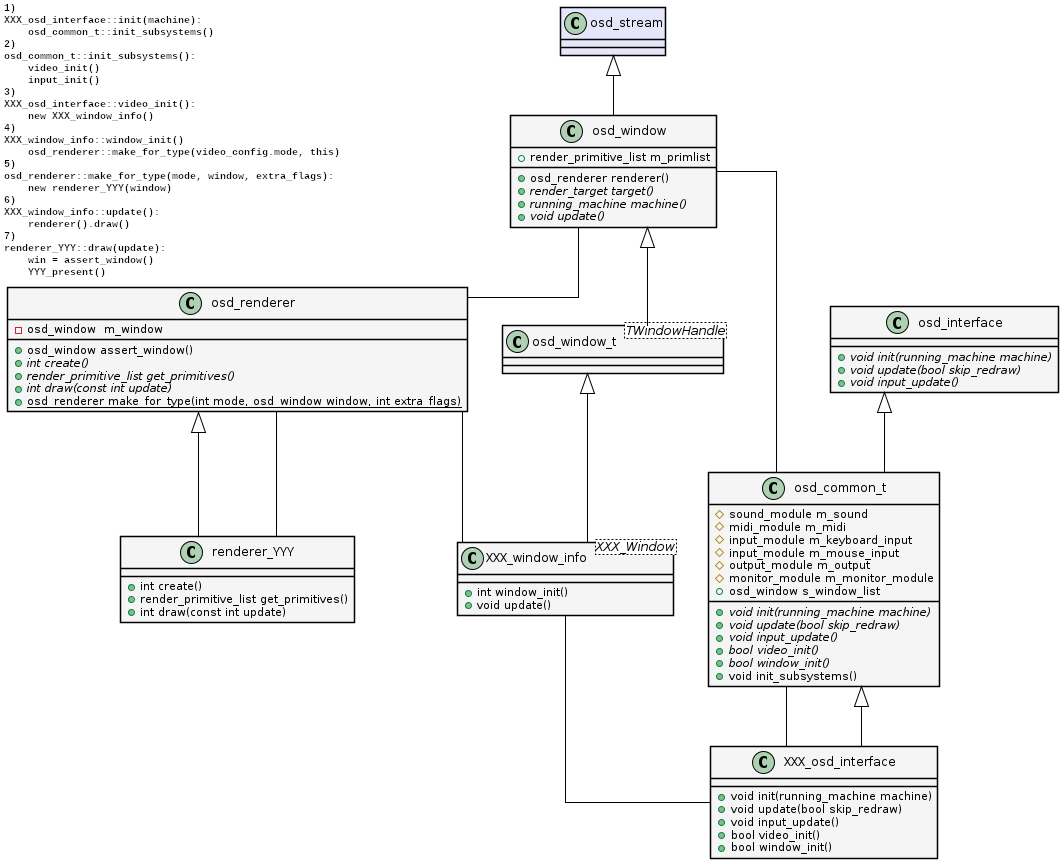
Before: Streaming/UML/class.png, a diagram exported from PlantUML (mikymaione/MAMEStreamingPlatform). Its source is kept beside it as Streaming/UML/class.puml.
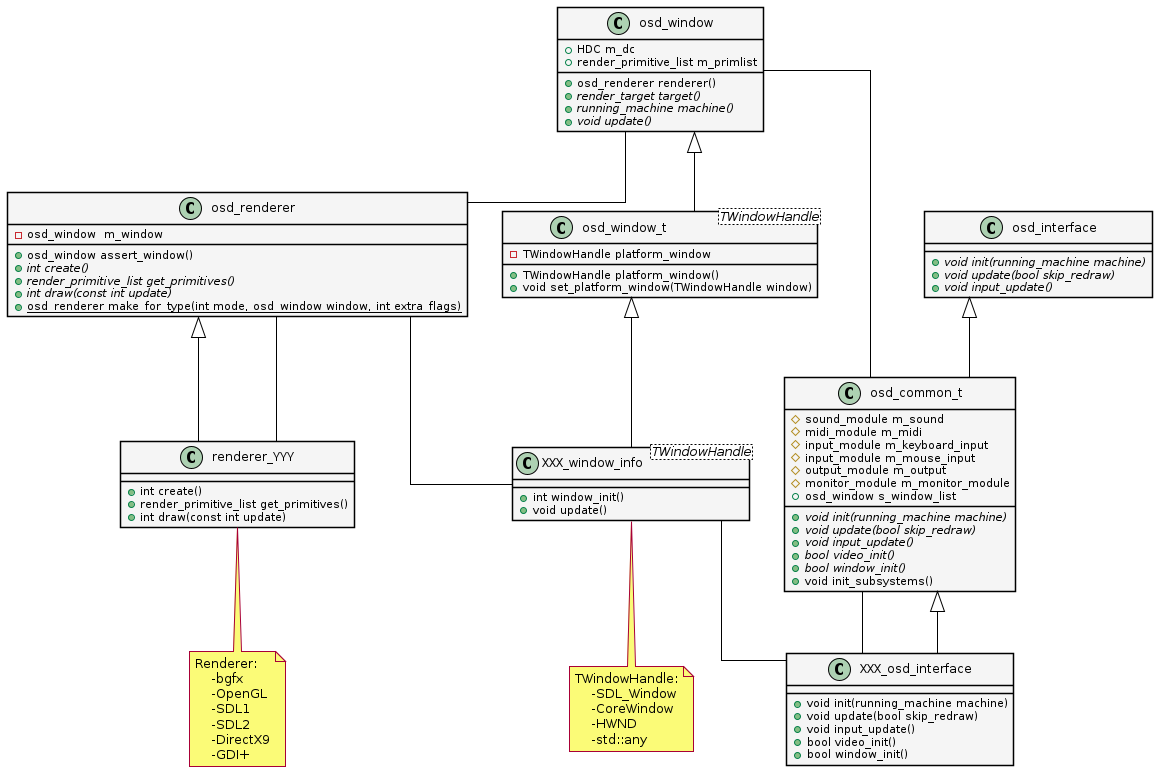
Later version of the same file.

The edit, as a diff of the source:
```diff
@@ -1,6 +1,4 @@
 @startuml mame
-
-set namespaceSeparator ::
 
 skinparam LineType ortho
 skinparam ArrowColor black
@@ -35,9 +33,7 @@
 	+void set_platform_window(TWindowHandle window)
 }
 
-class osd_stream #Lavender
-
-class osd_window extends osd_stream {
+class osd_window {
     +HDC m_dc
     +render_primitive_list m_primlist
     +osd_renderer renderer()
@@ -46,7 +42,7 @@
     {abstract} +void update()
 }
 
-class XXX_window_info<XXX_Window> extends osd_window_t {
+class XXX_window_info<TWindowHandle> extends osd_window_t {
     +int window_init()
     +void update()
 }
@@ -87,14 +83,23 @@
     +void init_subsystems()
 }
 
+note bottom of XXX_window_info
+TWindowHandle:
+    -SDL_Window
+    -CoreWindow
+    -HWND
+    -std::any
+end note
+
 note bottom of renderer_YYY
 Renderer:
     -bgfx
     -OpenGL
-    -SDL 1
-    -SDL 2
-    -DirectX 9
+    -SDL1
+    -SDL2
+    -DirectX9
     -GDI+
 end note
 
+
 @enduml
```
